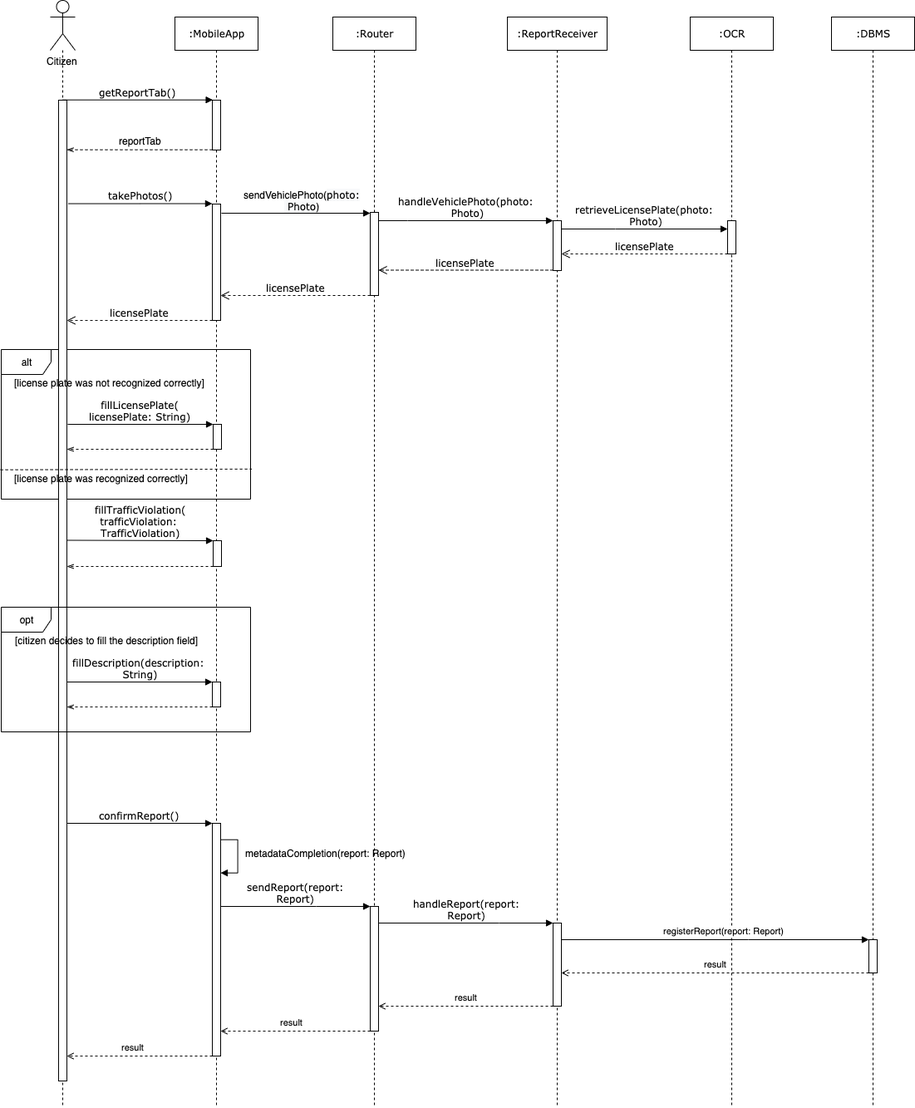
Before: Documentation/DD/Images/SequenceDiagramReportViolation.png, a diagram exported from draw.io (AndreaFalanti/FalantiHuang-SwEngineering2). Source tidied: cells renumbered, new cells last; positions are measured from the earlier drawing's top-left corner, leaving out a move shared by most shapes.
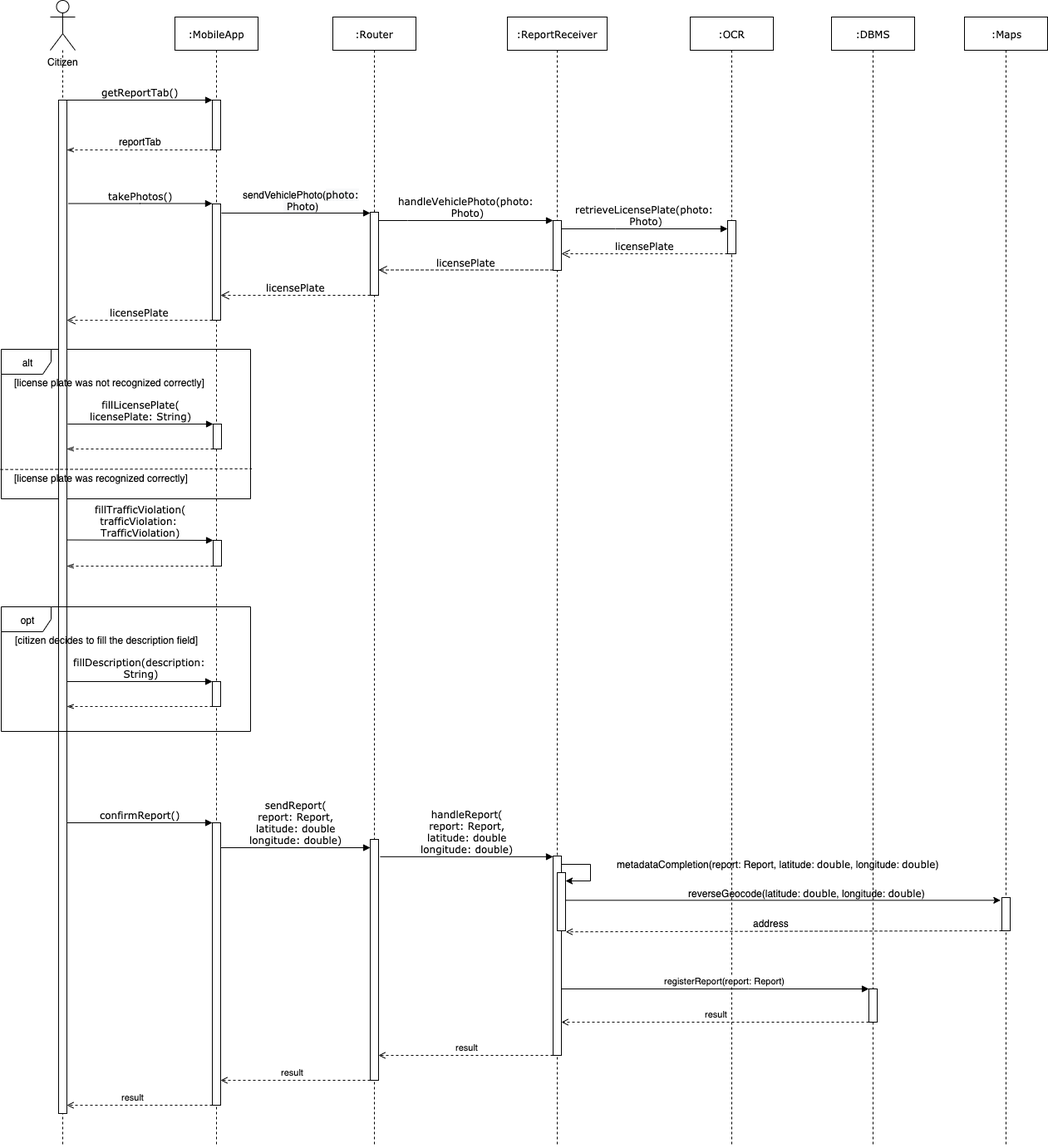
The same file after the commit.

Change to the diagram source:
```diff
@@ -6,19 +6,19 @@
       <mxGeometry y="420" width="300" height="180" as="geometry" />
     </mxCell>
     <mxCell id="3" value=":OCR" style="shape=umlLifeline;perimeter=lifelinePerimeter;whiteSpace=wrap;html=1;rounded=0;shadow=0;comic=0;labelBackgroundColor=none;strokeWidth=1;fontFamily=Verdana;fontSize=12;align=center;" parent="1" vertex="1">
-      <mxGeometry x="829" y="20" width="100" height="1310" as="geometry" />
+      <mxGeometry x="829" y="20" width="100" height="1360" as="geometry" />
     </mxCell>
     <mxCell id="4" style="html=1;points=[];perimeter=orthogonalPerimeter;rounded=0;shadow=0;comic=0;labelBackgroundColor=none;strokeWidth=1;fontFamily=Verdana;fontSize=12;align=center;" parent="3" vertex="1">
       <mxGeometry x="45" y="245" width="10" height="40" as="geometry" />
     </mxCell>
     <mxCell id="5" value=":ReportReceiver" style="shape=umlLifeline;perimeter=lifelinePerimeter;whiteSpace=wrap;html=1;rounded=0;shadow=0;comic=0;labelBackgroundColor=none;strokeWidth=1;fontFamily=Verdana;fontSize=12;align=center;" parent="1" vertex="1">
-      <mxGeometry x="609" y="20" width="120" height="1310" as="geometry" />
+      <mxGeometry x="609" y="20" width="120" height="1360" as="geometry" />
     </mxCell>
     <mxCell id="6" style="html=1;points=[];perimeter=orthogonalPerimeter;rounded=0;shadow=0;comic=0;labelBackgroundColor=none;strokeWidth=1;fontFamily=Verdana;fontSize=12;align=center;" parent="5" vertex="1">
-      <mxGeometry x="55" y="1090" width="10" height="100" as="geometry" />
+      <mxGeometry x="55" y="1010" width="10" height="240" as="geometry" />
     </mxCell>
     <mxCell id="7" value=":MobileApp" style="shape=umlLifeline;perimeter=lifelinePerimeter;whiteSpace=wrap;html=1;rounded=0;shadow=0;comic=0;labelBackgroundColor=none;strokeWidth=1;fontFamily=Verdana;fontSize=12;align=center;" parent="1" vertex="1">
-      <mxGeometry x="209" y="20" width="100" height="1310" as="geometry" />
+      <mxGeometry x="209" y="20" width="100" height="1360" as="geometry" />
     </mxCell>
     <mxCell id="8" style="html=1;points=[];perimeter=orthogonalPerimeter;rounded=0;shadow=0;comic=0;labelBackgroundColor=none;strokeWidth=1;fontFamily=Verdana;fontSize=12;align=center;" parent="7" vertex="1">
       <mxGeometry x="45" y="100" width="10" height="60" as="geometry" />
@@ -38,29 +38,16 @@
       <mxGeometry x="46" y="630" width="10" height="31" as="geometry" />
     </mxCell>
     <mxCell id="13" style="html=1;points=[];perimeter=orthogonalPerimeter;rounded=0;shadow=0;comic=0;labelBackgroundColor=none;strokeWidth=1;fontFamily=Verdana;fontSize=12;align=center;" parent="7" vertex="1">
-      <mxGeometry x="45" y="970" width="10" height="280" as="geometry" />
+      <mxGeometry x="45" y="970" width="10" height="340" as="geometry" />
     </mxCell>
-    <mxCell id="14" style="edgeStyle=orthogonalEdgeStyle;rounded=0;orthogonalLoop=1;jettySize=auto;html=1;startArrow=none;startFill=0;endArrow=block;endFill=1;" parent="7" edge="1" source="13" target="13">
-      <mxGeometry relative="1" as="geometry">
-        <Array as="points">
-          <mxPoint x="75" y="990" />
-          <mxPoint x="75" y="1030" />
-        </Array>
-      </mxGeometry>
-    </mxCell>
-    <mxCell id="15" value="metadataCompletion(report: Report)" style="text;html=1;align=center;verticalAlign=middle;labelBackgroundColor=#ffffff;" parent="14" vertex="1">
-      <mxGeometry x="-0.11" y="2" relative="1" as="geometry">
-        <mxPoint x="103" as="offset" />
-      </mxGeometry>
-    </mxCell>
     <mxCell id="16" value=":Router" style="shape=umlLifeline;perimeter=lifelinePerimeter;whiteSpace=wrap;html=1;rounded=0;shadow=0;comic=0;labelBackgroundColor=none;strokeWidth=1;fontFamily=Verdana;fontSize=12;align=center;" parent="1" vertex="1">
-      <mxGeometry x="399" y="20" width="100" height="1310" as="geometry" />
+      <mxGeometry x="399" y="20" width="100" height="1360" as="geometry" />
     </mxCell>
     <mxCell id="17" style="html=1;points=[];perimeter=orthogonalPerimeter;rounded=0;shadow=0;comic=0;labelBackgroundColor=none;strokeWidth=1;fontFamily=Verdana;fontSize=12;align=center;" parent="16" vertex="1">
       <mxGeometry x="45" y="235" width="10" height="100" as="geometry" />
     </mxCell>
     <mxCell id="18" style="html=1;points=[];perimeter=orthogonalPerimeter;rounded=0;shadow=0;comic=0;labelBackgroundColor=none;strokeWidth=1;fontFamily=Verdana;fontSize=12;align=center;" parent="16" vertex="1">
-      <mxGeometry x="45" y="1070" width="10" height="150" as="geometry" />
+      <mxGeometry x="45" y="990" width="10" height="290" as="geometry" />
     </mxCell>
     <mxCell id="19" style="html=1;points=[];perimeter=orthogonalPerimeter;rounded=0;shadow=0;comic=0;labelBackgroundColor=none;strokeWidth=1;fontFamily=Verdana;fontSize=12;align=center;" parent="1" vertex="1">
       <mxGeometry x="664" y="265" width="10" height="60" as="geometry" />
@@ -150,11 +137,11 @@
     </mxCell>
     <mxCell id="33" style="edgeStyle=orthogonalEdgeStyle;rounded=0;jettySize=auto;html=1;endArrow=none;endFill=0;dashed=1;" parent="1" edge="1" source="24">
       <mxGeometry relative="1" as="geometry">
-        <mxPoint x="74" y="1330" as="targetPoint" />
+        <mxPoint x="74" y="1380" as="targetPoint" />
       </mxGeometry>
     </mxCell>
     <mxCell id="34" style="html=1;points=[];perimeter=orthogonalPerimeter;rounded=0;shadow=0;comic=0;labelBackgroundColor=none;strokeWidth=1;fontFamily=Verdana;fontSize=12;align=center;" parent="1" vertex="1">
-      <mxGeometry x="69" y="120" width="10" height="1180" as="geometry" />
+      <mxGeometry x="69" y="120" width="10" height="1220" as="geometry" />
     </mxCell>
     <mxCell id="35" value="[license plate was not recognized correctly]" style="text;html=1;align=center;verticalAlign=middle;" parent="1" vertex="1">
       <mxGeometry x="10" y="450" width="240" height="20" as="geometry" />
@@ -187,10 +174,10 @@
     <mxCell id="41" value="confirmReport()" style="html=1;verticalAlign=bottom;endArrow=block;labelBackgroundColor=none;fontFamily=Verdana;fontSize=12;elbow=horizontal;rounded=0;" parent="1" edge="1" source="34" target="13">
       <mxGeometry relative="1" as="geometry" />
     </mxCell>
-    <mxCell id="42" value="sendReport(report:&lt;br&gt;Report)" style="html=1;verticalAlign=bottom;endArrow=block;labelBackgroundColor=none;fontFamily=Verdana;fontSize=12;elbow=horizontal;rounded=0;" parent="1" edge="1" source="13" target="18">
+    <mxCell id="42" value="sendReport(&lt;br&gt;report: Report,&lt;br&gt;latitude: double&lt;br&gt;longitude: double)" style="html=1;verticalAlign=bottom;endArrow=block;labelBackgroundColor=none;fontFamily=Verdana;fontSize=12;elbow=horizontal;rounded=0;" parent="1" edge="1" source="13" target="18">
       <mxGeometry relative="1" as="geometry">
         <Array as="points">
-          <mxPoint x="379" y="1090" />
+          <mxPoint x="379" y="1020" />
         </Array>
       </mxGeometry>
     </mxCell>
@@ -216,57 +203,94 @@
       </mxGeometry>
     </mxCell>
     <mxCell id="48" value=":DBMS" style="shape=umlLifeline;perimeter=lifelinePerimeter;whiteSpace=wrap;html=1;rounded=0;shadow=0;comic=0;labelBackgroundColor=none;strokeWidth=1;fontFamily=Verdana;fontSize=12;align=center;" parent="1" vertex="1">
-      <mxGeometry x="999" y="20" width="100" height="1310" as="geometry" />
+      <mxGeometry x="999" y="20" width="100" height="1360" as="geometry" />
     </mxCell>
     <mxCell id="49" style="html=1;points=[];perimeter=orthogonalPerimeter;rounded=0;shadow=0;comic=0;labelBackgroundColor=none;strokeWidth=1;fontFamily=Verdana;fontSize=12;align=center;" parent="48" vertex="1">
-      <mxGeometry x="45" y="1110" width="10" height="40" as="geometry" />
+      <mxGeometry x="45" y="1170" width="10" height="40" as="geometry" />
     </mxCell>
     <mxCell id="50" value="registerReport(report: Report)" style="rounded=0;jettySize=auto;html=1;startArrow=none;startFill=0;endArrow=block;endFill=1;" parent="1" edge="1" source="6" target="49">
       <mxGeometry x="0.54" y="91" relative="1" as="geometry">
         <Array as="points">
-          <mxPoint x="899" y="1130" />
+          <mxPoint x="899" y="1190" />
         </Array>
         <mxPoint x="-89" y="81" as="offset" />
       </mxGeometry>
     </mxCell>
-    <mxCell id="51" value="handleReport(report:&lt;br&gt;Report)" style="html=1;verticalAlign=bottom;endArrow=block;labelBackgroundColor=none;fontFamily=Verdana;fontSize=12;elbow=vertical;rounded=0;" parent="1" edge="1" source="18" target="6">
-      <mxGeometry relative="1" as="geometry">
-        <Array as="points">
-          <mxPoint x="599" y="1110" />
-        </Array>
-      </mxGeometry>
+    <mxCell id="51" value="handleReport(&lt;br&gt;report: Report,&lt;br&gt;latitude: double&lt;br&gt;longitude: double)" style="html=1;verticalAlign=bottom;endArrow=block;labelBackgroundColor=none;fontFamily=Verdana;fontSize=12;elbow=vertical;rounded=0;exitX=1.2;exitY=0.072;exitDx=0;exitDy=0;exitPerimeter=0;" parent="1" edge="1" source="18" target="6">
+      <mxGeometry relative="1" as="geometry" />
     </mxCell>
     <mxCell id="52" value="result" style="rounded=0;jettySize=auto;html=1;startArrow=none;startFill=0;endArrow=open;endFill=0;dashed=1;" parent="1" edge="1" source="49" target="6">
       <mxGeometry x="0.05" y="-14" relative="1" as="geometry">
         <Array as="points">
-          <mxPoint x="849" y="1170" />
+          <mxPoint x="849" y="1230" />
         </Array>
         <mxPoint x="11" y="4" as="offset" />
       </mxGeometry>
     </mxCell>
-    <mxCell id="53" value="result" style="edgeStyle=none;rounded=0;jettySize=auto;html=1;dashed=1;startArrow=none;startFill=0;endArrow=open;endFill=0;" parent="1" edge="1" source="6" target="18">
+    <mxCell id="53" value="result" style="edgeStyle=none;rounded=0;jettySize=auto;html=1;dashed=1;startArrow=none;startFill=0;endArrow=open;endFill=0;" parent="1" edge="1" source="6">
       <mxGeometry y="-10" relative="1" as="geometry">
+        <mxPoint x="454" y="1270" as="targetPoint" />
         <Array as="points">
-          <mxPoint x="559" y="1210" />
+          <mxPoint x="559" y="1270" />
         </Array>
         <mxPoint x="1" as="offset" />
       </mxGeometry>
     </mxCell>
-    <mxCell id="54" value="result" style="edgeStyle=none;rounded=0;jettySize=auto;html=1;dashed=1;startArrow=none;startFill=0;endArrow=open;endFill=0;" parent="1" edge="1" source="18" target="13">
+    <mxCell id="54" value="result" style="edgeStyle=none;rounded=0;orthogonalLoop=1;jettySize=auto;html=1;dashed=1;startArrow=none;startFill=0;endArrow=open;endFill=0;" parent="1" edge="1">
       <mxGeometry x="0.06" y="-10" relative="1" as="geometry">
+        <mxPoint x="444" y="1300" as="sourcePoint" />
+        <mxPoint x="264" y="1300" as="targetPoint" />
         <Array as="points">
-          <mxPoint x="349" y="1240" />
+          <mxPoint x="349" y="1300" />
         </Array>
         <mxPoint x="1" as="offset" />
       </mxGeometry>
     </mxCell>
-    <mxCell id="55" value="result" style="edgeStyle=none;rounded=0;jettySize=auto;html=1;dashed=1;startArrow=none;startFill=0;endArrow=open;endFill=0;" parent="1" edge="1" source="13" target="34">
+    <mxCell id="55" value="result" style="edgeStyle=none;rounded=0;orthogonalLoop=1;jettySize=auto;html=1;dashed=1;startArrow=none;startFill=0;endArrow=open;endFill=0;" parent="1" edge="1">
       <mxGeometry x="0.09" y="-10" relative="1" as="geometry">
+        <mxPoint x="254" y="1330" as="sourcePoint" />
+        <mxPoint x="79" y="1330" as="targetPoint" />
         <Array as="points">
-          <mxPoint x="159" y="1270" />
+          <mxPoint x="159" y="1330" />
         </Array>
         <mxPoint x="-1" as="offset" />
       </mxGeometry>
     </mxCell>
+    <mxCell id="56" value=":Maps" style="shape=umlLifeline;perimeter=lifelinePerimeter;whiteSpace=wrap;html=1;rounded=0;shadow=0;comic=0;labelBackgroundColor=none;strokeWidth=1;fontFamily=Verdana;fontSize=12;align=center;" parent="1" vertex="1">
+      <mxGeometry x="1159" y="20" width="100" height="1360" as="geometry" />
+    </mxCell>
+    <mxCell id="57" style="html=1;points=[];perimeter=orthogonalPerimeter;rounded=0;shadow=0;comic=0;labelBackgroundColor=none;strokeWidth=1;fontFamily=Verdana;fontSize=12;align=center;" parent="56" vertex="1">
+      <mxGeometry x="45" y="1060" width="10" height="40" as="geometry" />
+    </mxCell>
+    <mxCell id="58" style="rounded=0;jettySize=auto;html=1;entryX=-0.167;entryY=0.083;entryDx=0;entryDy=0;entryPerimeter=0;" parent="1" edge="1" source="59" target="57">
+      <mxGeometry relative="1" as="geometry" />
+    </mxCell>
+    <mxCell id="59" style="html=1;points=[];perimeter=orthogonalPerimeter;rounded=0;shadow=0;comic=0;labelBackgroundColor=none;strokeWidth=1;fontFamily=Verdana;fontSize=12;align=center;" parent="1" vertex="1">
+      <mxGeometry x="669" y="1050" width="10" height="70" as="geometry" />
+    </mxCell>
+    <mxCell id="60" style="edgeStyle=orthogonalEdgeStyle;rounded=0;jettySize=auto;html=1;" parent="1" edge="1" target="59">
+      <mxGeometry relative="1" as="geometry">
+        <mxPoint x="674" y="1030" as="sourcePoint" />
+        <Array as="points">
+          <mxPoint x="674" y="1040" />
+          <mxPoint x="709" y="1040" />
+          <mxPoint x="709" y="1060" />
+        </Array>
+      </mxGeometry>
+    </mxCell>
+    <mxCell id="61" value="metadataCompletion(report: Report, latitude:&amp;nbsp;&lt;span style=&quot;font-family: &amp;#34;verdana&amp;#34;&quot;&gt;double&lt;/span&gt;, longitude:&amp;nbsp;&lt;span style=&quot;font-family: &amp;#34;verdana&amp;#34;&quot;&gt;double&lt;/span&gt;)" style="text;html=1;align=center;verticalAlign=middle;" parent="1" vertex="1">
+      <mxGeometry x="734" y="1030" width="400" height="20" as="geometry" />
+    </mxCell>
+    <mxCell id="62" value="reverseGeocode(latitude:&amp;nbsp;&lt;span style=&quot;font-family: &amp;#34;verdana&amp;#34;&quot;&gt;double&lt;/span&gt;, longitude:&amp;nbsp;&lt;span style=&quot;font-family: &amp;#34;verdana&amp;#34;&quot;&gt;double&lt;/span&gt;)" style="text;html=1;align=center;verticalAlign=middle;" parent="1" vertex="1">
+      <mxGeometry x="819" y="1065" width="300" height="20" as="geometry" />
+    </mxCell>
+    <mxCell id="63" style="edgeStyle=none;rounded=0;jettySize=auto;html=1;entryX=1.029;entryY=1.018;entryDx=0;entryDy=0;entryPerimeter=0;dashed=1;endArrow=open;endFill=0;" parent="1" edge="1" source="57" target="59">
+      <mxGeometry relative="1" as="geometry" />
+    </mxCell>
+    <mxCell id="64" value="address" style="text;html=1;align=center;verticalAlign=middle;labelBackgroundColor=#ffffff;" parent="63" vertex="1">
+      <mxGeometry x="0.07" y="-4" relative="1" as="geometry">
+        <mxPoint x="2.5" y="-6.5" as="offset" />
+      </mxGeometry>
+    </mxCell>
   </root>
 </mxGraphModel>
```
